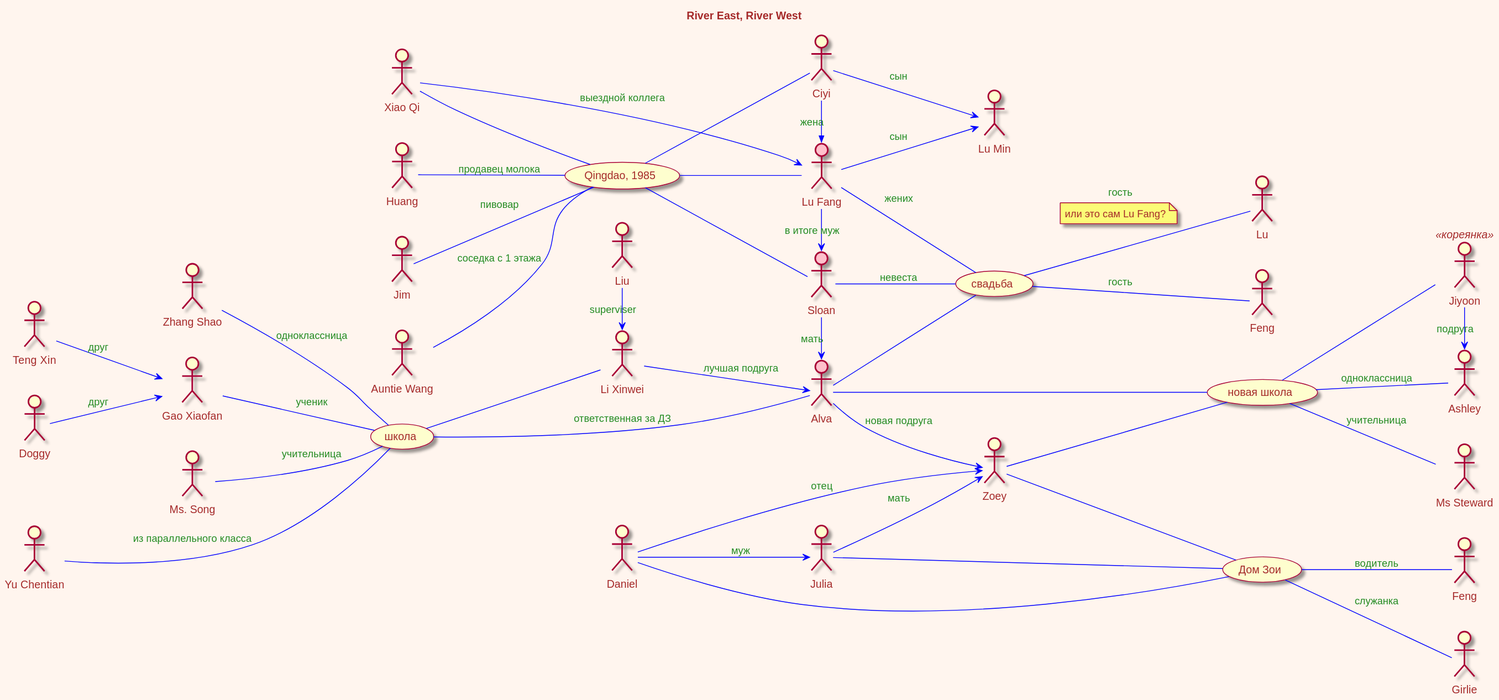
Before: River East, River West/river-River_East__River_West.svg, a diagram exported from PlantUML (olek3/reading).
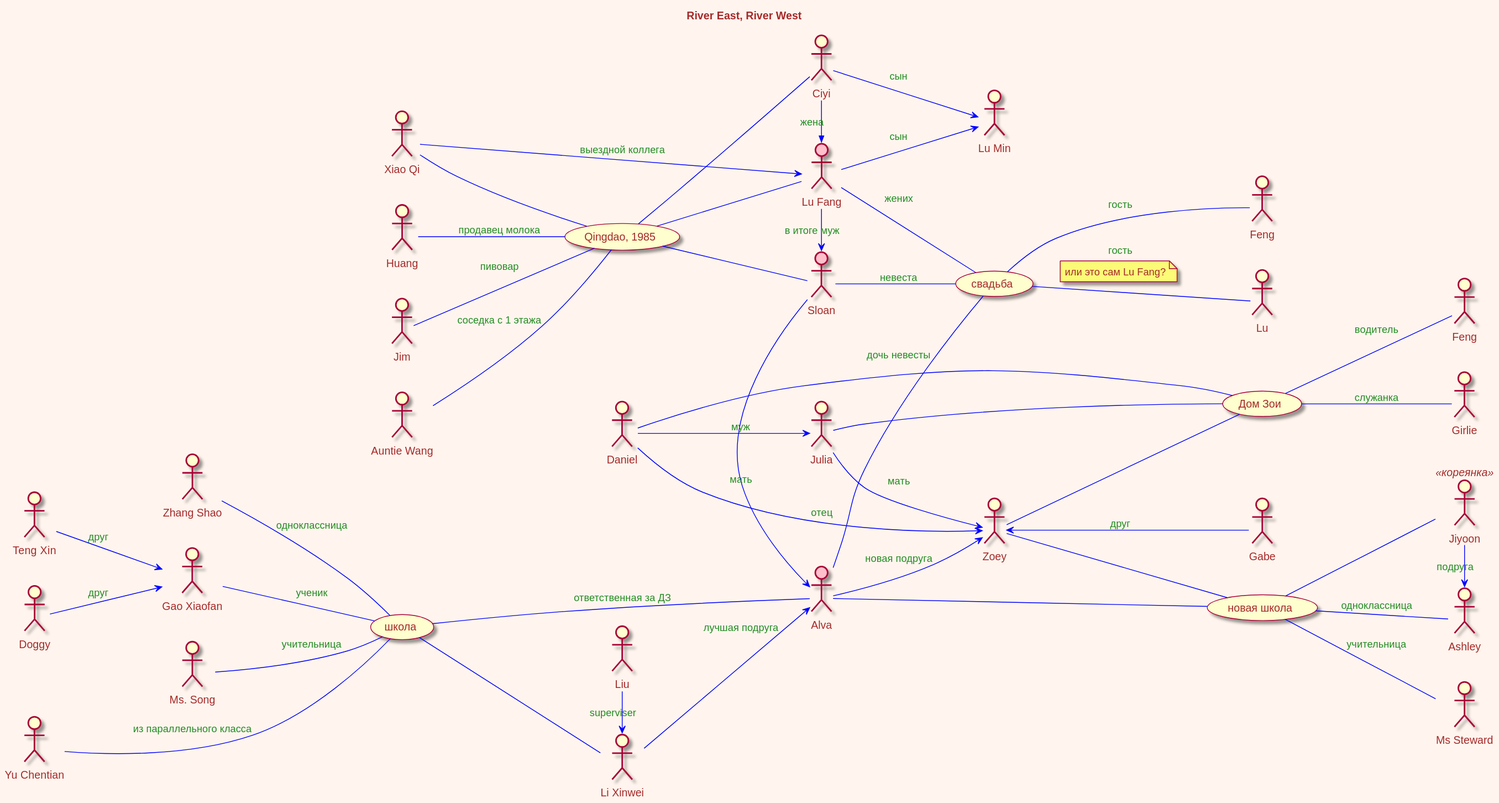
The same diagram one commit later.

Commit message:
Гейб - друг Зои

Change to the diagram source:
```diff
@@ -25,7 +25,7 @@
 
 Fang -- (свадьба) : жених
 Sloan -- (свадьба) : невеста
-Alva -- (свадьба)
+Alva -- (свадьба) : дочь невесты
 
 
 (свадьба) -- :Feng: : гость
@@ -135,4 +135,8 @@
 Daniel -- zoey_home
 Daniel --> Zoey : отец
 Daniel --> Julia : муж
+
+:Gabe: as Gabe
+
+Zoey <-- Gabe : друг
 @enduml
```
